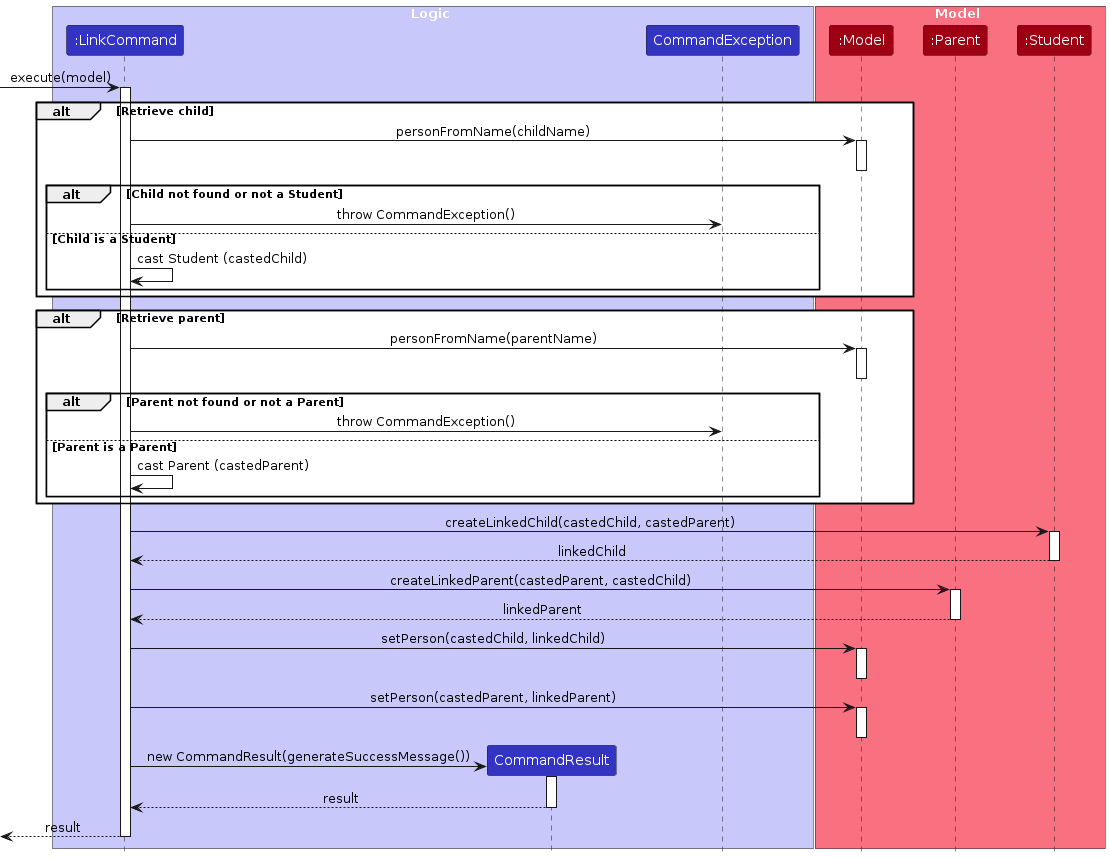
The PlantUML diagram diagrams/LinkExecuteSequenceDiagram.png in AY2425-CS2103T-T09-4/tp, before a commit. Its source is kept beside it as diagrams/LinkExecuteSequenceDiagram.puml.
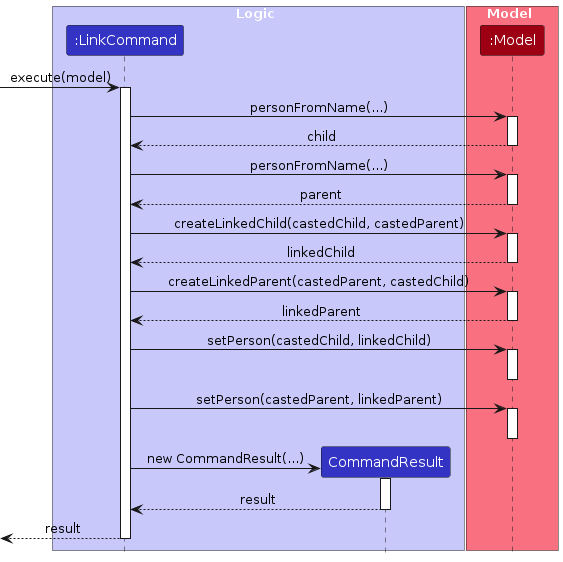
The same diagram one commit later.

Change to the diagram source:
```diff
@@ -5,51 +5,36 @@
 box Logic LOGIC_COLOR_T1
 participant ":LinkCommand" as LinkCommand LOGIC_COLOR
 participant "CommandResult" as CommandResult LOGIC_COLOR
-participant "CommandException" as CommandException LOGIC_COLOR
 end box
 
 box Model MODEL_COLOR_T1
 participant ":Model" as Model MODEL_COLOR
-participant ":Parent" as Parent MODEL_COLOR
-participant ":Student" as Student MODEL_COLOR
 end box
 
 [-> LinkCommand : execute(model)
 activate LinkCommand
 
-alt Retrieve child
-    LinkCommand -> Model : personFromName(childName)
-    activate Model
-    deactivate Model
 
-    alt Child not found or not a Student
-        LinkCommand -> CommandException : throw CommandException()
-    else Child is a Student
-        LinkCommand -> LinkCommand : cast Student (castedChild)
-    end
-end
+LinkCommand -> Model : personFromName(...)
+activate Model
+Model --> LinkCommand : child
+deactivate Model
 
-alt Retrieve parent
-    LinkCommand -> Model : personFromName(parentName)
-    activate Model
-    deactivate Model
+LinkCommand -> Model : personFromName(...)
+activate Model
+Model --> LinkCommand : parent
+deactivate Model
 
-    alt Parent not found or not a Parent
-        LinkCommand -> CommandException : throw CommandException()
-    else Parent is a Parent
-        LinkCommand -> LinkCommand : cast Parent (castedParent)
-    end
-end
 
-LinkCommand -> Student : createLinkedChild(castedChild, castedParent)
-activate Student
-Student --> LinkCommand : linkedChild
-deactivate Student
+LinkCommand -> Model : createLinkedChild(castedChild, castedParent)
+activate Model
+Model --> LinkCommand : linkedChild
+deactivate Model
 
-LinkCommand -> Parent : createLinkedParent(castedParent, castedChild)
-activate Parent
-Parent --> LinkCommand : linkedParent
-deactivate Parent
+LinkCommand -> Model : createLinkedParent(castedParent, castedChild)
+activate Model
+Model --> LinkCommand : linkedParent
+deactivate Model
 
 LinkCommand -> Model : setPerson(castedChild, linkedChild)
 activate Model
@@ -60,7 +45,7 @@
 deactivate Model
 
 create CommandResult
-LinkCommand -> CommandResult : new CommandResult(generateSuccessMessage())
+LinkCommand -> CommandResult : new CommandResult(...)
 activate CommandResult
 CommandResult --> LinkCommand : result
 deactivate CommandResult
```
